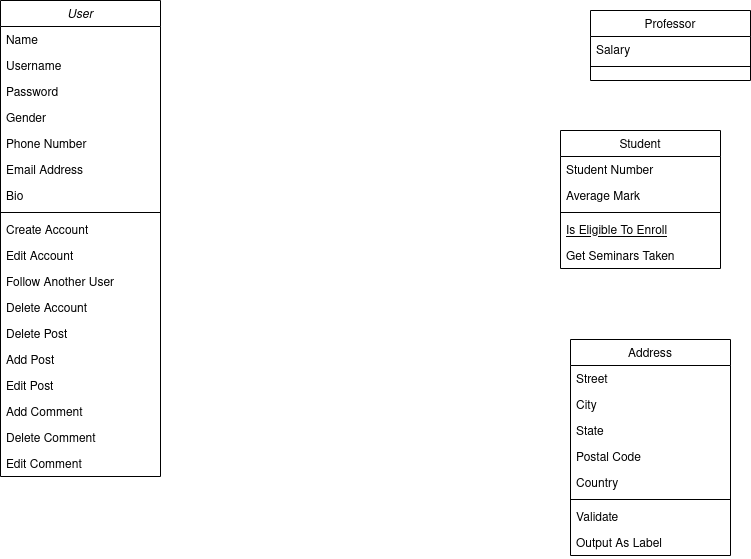
This is NetworkUML.drawio.png from MVBDX/social_media, a draw.io export, as it was before one commit. Source tidied: cells renumbered, new cells last; positions are measured from the earlier drawing's top-left corner, leaving out a move shared by most shapes.
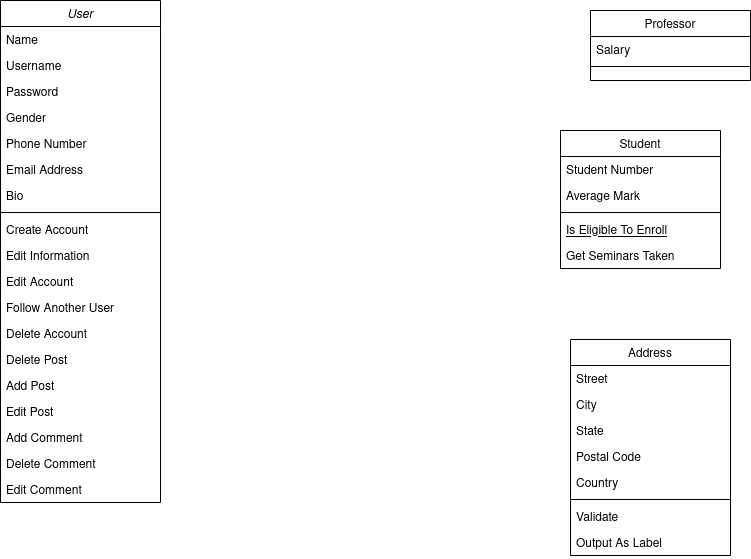
The same file after the commit.

What changed in the source:
```diff
@@ -3,7 +3,7 @@
     <mxCell id="0" />
     <mxCell id="1" parent="0" />
     <mxCell id="2" value="User" style="swimlane;fontStyle=2;align=center;verticalAlign=top;horizontal=1;startSize=26;rounded=0;shadow=0;strokeWidth=1;" parent="1" vertex="1">
-      <mxGeometry width="160" height="476" as="geometry" />
+      <mxGeometry width="160" height="502" as="geometry" />
     </mxCell>
     <mxCell id="3" value="Name" style="text;align=left;verticalAlign=top;spacingLeft=4;spacingRight=4;overflow=hidden;" parent="2" vertex="1">
       <mxGeometry y="26" width="160" height="26" as="geometry" />
@@ -32,32 +32,35 @@
     <mxCell id="11" value="Create Account" style="text;align=left;verticalAlign=top;spacingLeft=4;spacingRight=4;overflow=hidden;" parent="2" vertex="1">
       <mxGeometry y="216" width="160" height="26" as="geometry" />
     </mxCell>
+    <mxCell id="39" value="Edit Information" style="text;align=left;verticalAlign=top;spacingLeft=4;spacingRight=4;overflow=hidden;" parent="2" vertex="1">
+      <mxGeometry y="242" width="160" height="26" as="geometry" />
+    </mxCell>
     <mxCell id="12" value="Edit Account" style="text;align=left;verticalAlign=top;spacingLeft=4;spacingRight=4;overflow=hidden;" parent="2" vertex="1">
-      <mxGeometry y="242" width="160" height="26" as="geometry" />
+      <mxGeometry y="268" width="160" height="26" as="geometry" />
     </mxCell>
     <mxCell id="13" value="Follow Another User" style="text;align=left;verticalAlign=top;spacingLeft=4;spacingRight=4;overflow=hidden;" parent="2" vertex="1">
-      <mxGeometry y="268" width="160" height="26" as="geometry" />
+      <mxGeometry y="294" width="160" height="26" as="geometry" />
     </mxCell>
     <mxCell id="14" value="Delete Account" style="text;align=left;verticalAlign=top;spacingLeft=4;spacingRight=4;overflow=hidden;" parent="2" vertex="1">
-      <mxGeometry y="294" width="160" height="26" as="geometry" />
+      <mxGeometry y="320" width="160" height="26" as="geometry" />
     </mxCell>
     <mxCell id="15" value="Delete Post" style="text;align=left;verticalAlign=top;spacingLeft=4;spacingRight=4;overflow=hidden;" parent="2" vertex="1">
-      <mxGeometry y="320" width="160" height="26" as="geometry" />
+      <mxGeometry y="346" width="160" height="26" as="geometry" />
     </mxCell>
     <mxCell id="16" value="Add Post" style="text;align=left;verticalAlign=top;spacingLeft=4;spacingRight=4;overflow=hidden;" parent="2" vertex="1">
-      <mxGeometry y="346" width="160" height="26" as="geometry" />
+      <mxGeometry y="372" width="160" height="26" as="geometry" />
     </mxCell>
     <mxCell id="17" value="Edit Post" style="text;align=left;verticalAlign=top;spacingLeft=4;spacingRight=4;overflow=hidden;" parent="2" vertex="1">
-      <mxGeometry y="372" width="160" height="26" as="geometry" />
+      <mxGeometry y="398" width="160" height="26" as="geometry" />
     </mxCell>
     <mxCell id="18" value="Add Comment" style="text;align=left;verticalAlign=top;spacingLeft=4;spacingRight=4;overflow=hidden;" parent="2" vertex="1">
-      <mxGeometry y="398" width="160" height="26" as="geometry" />
+      <mxGeometry y="424" width="160" height="26" as="geometry" />
     </mxCell>
     <mxCell id="19" value="Delete Comment" style="text;align=left;verticalAlign=top;spacingLeft=4;spacingRight=4;overflow=hidden;" parent="2" vertex="1">
-      <mxGeometry y="424" width="160" height="26" as="geometry" />
+      <mxGeometry y="450" width="160" height="26" as="geometry" />
     </mxCell>
     <mxCell id="20" value="Edit Comment" style="text;align=left;verticalAlign=top;spacingLeft=4;spacingRight=4;overflow=hidden;" parent="2" vertex="1">
-      <mxGeometry y="450" width="160" height="26" as="geometry" />
+      <mxGeometry y="476" width="160" height="26" as="geometry" />
     </mxCell>
     <mxCell id="21" value="Student" style="swimlane;fontStyle=0;align=center;verticalAlign=top;horizontal=1;startSize=26;rounded=0;shadow=0;strokeWidth=1;" parent="1" vertex="1">
       <mxGeometry x="560" y="130" width="160" height="138" as="geometry" />
```
